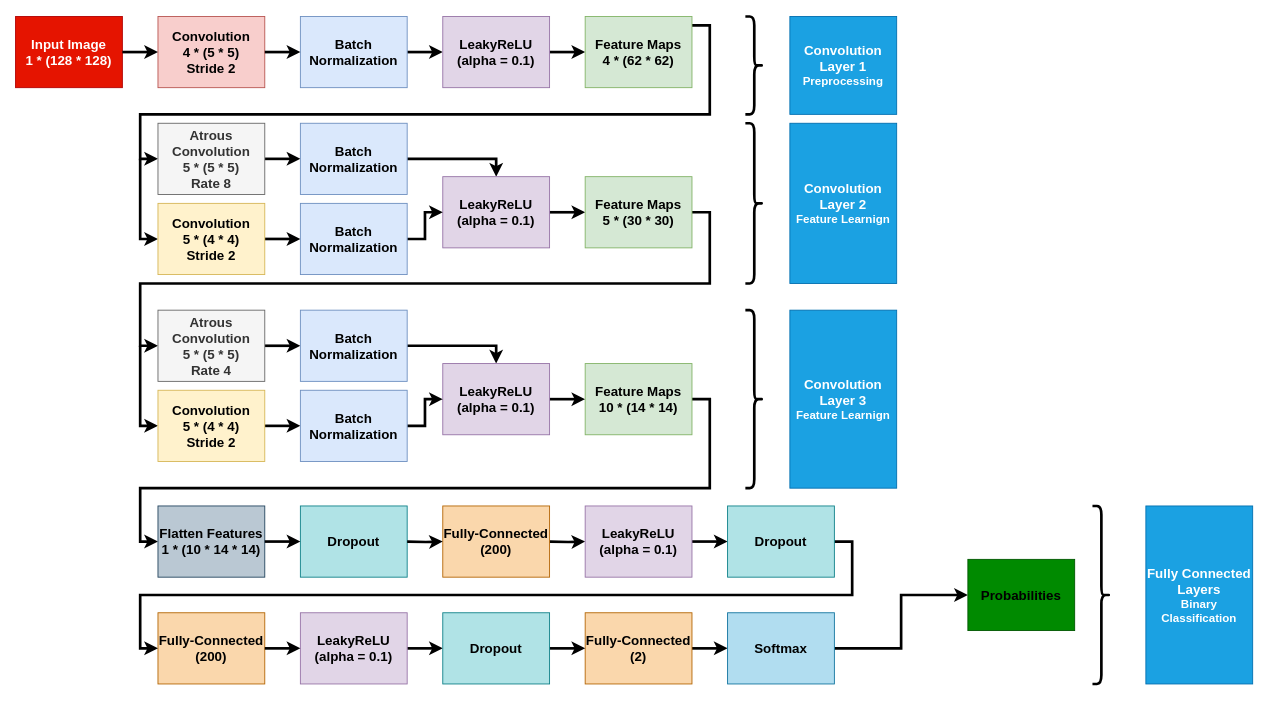
Before: page "V1.4.0" (5 of 5) of analysis/Catalyst Kernels/static/model.drawio in EmadHelmi/steganalysis, a draw.io diagram. Source tidied: cells renumbered, new cells numbered last; positions are measured from the earlier drawing's top-left corner, leaving out a move shared by most shapes. Both pictures are drawn from the tidied source at 89%, with x=0, y=0 at pixel (15, 16).
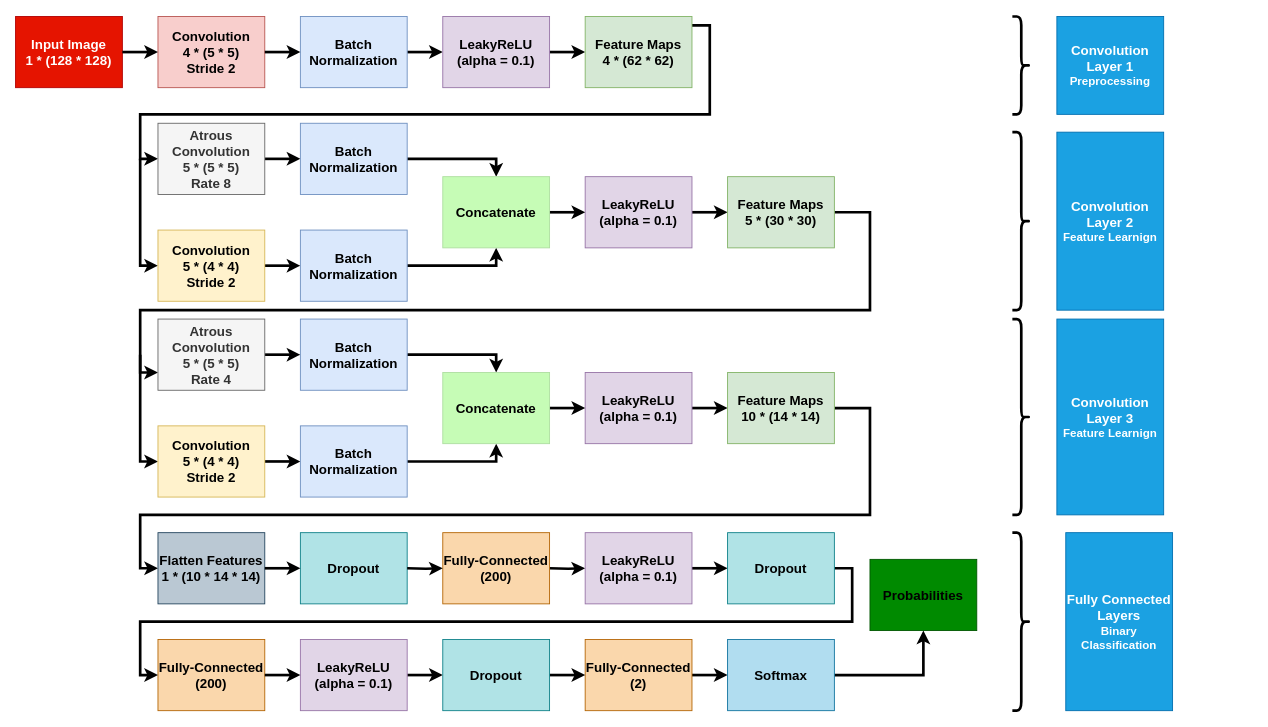
The same page after the edit.

Commit message (it also covers changes not shown here):
Add model 1.4.0, Change diagrams, Change Atrous to Conv2D

The change refers to these unchanged cells:
```xml
<mxCell id="13" value="&lt;b style=&quot;font-size: 15px&quot;&gt;Batch&lt;br&gt;Normalization&lt;/b&gt;" style="rounded=0;whiteSpace=wrap;html=1;fillColor=#dae8fc;strokeColor=#6c8ebf;" parent="1" vertex="1">
  <mxGeometry x="320" y="120" width="120" height="80" as="geometry" />
</mxCell>
```

The edit, as a diff of the source:
```diff
@@
-    <mxCell id="12" style="edgeStyle=orthogonalEdgeStyle;rounded=0;jettySize=auto;html=1;exitX=1;exitY=0.5;exitDx=0;exitDy=0;entryX=0.5;entryY=0;entryDx=0;entryDy=0;strokeWidth=3;" parent="1" edge="1" source="13" target="15">
+    <mxCell id="12" style="edgeStyle=orthogonalEdgeStyle;rounded=0;jettySize=auto;html=1;exitX=1;exitY=0.5;exitDx=0;exitDy=0;entryX=0.5;entryY=0;entryDx=0;entryDy=0;strokeWidth=3;" parent="1" edge="1" source="13" target="68">
       <mxGeometry relative="1" as="geometry" />
     </mxCell>
@@
     <mxCell id="15" value="&lt;b style=&quot;font-size: 15px&quot;&gt;LeakyReLU&lt;br&gt;(alpha = 0.1)&lt;/b&gt;" style="rounded=0;whiteSpace=wrap;html=1;fillColor=#e1d5e7;strokeColor=#9673a6;" parent="1" vertex="1">
-      <mxGeometry x="480" y="180" width="120" height="80" as="geometry" />
+      <mxGeometry x="640" y="180" width="120" height="80" as="geometry" />
     </mxCell>
-    <mxCell id="16" style="edgeStyle=orthogonalEdgeStyle;rounded=0;jettySize=auto;html=1;exitX=1;exitY=0.5;exitDx=0;exitDy=0;entryX=0;entryY=0.5;entryDx=0;entryDy=0;startArrow=none;startFill=0;endArrow=classic;endFill=1;strokeWidth=3;" parent="1" edge="1" source="17" target="19">
+    <mxCell id="16" style="edgeStyle=orthogonalEdgeStyle;rounded=0;jettySize=auto;html=1;exitX=1;exitY=0.5;exitDx=0;exitDy=0;entryX=0;entryY=0.5;entryDx=0;entryDy=0;startArrow=none;startFill=0;endArrow=classic;endFill=1;strokeWidth=3;" parent="1" edge="1" source="17">
       <mxGeometry relative="1" as="geometry">
+        <mxPoint x="160" y="400" as="targetPoint" />
         <Array as="points">
-          <mxPoint x="780" y="220" />
-          <mxPoint x="780" y="300" />
-          <mxPoint x="140" y="300" />
-          <mxPoint x="140" y="370" />
+          <mxPoint x="960" y="220" />
+          <mxPoint x="960" y="330" />
+          <mxPoint x="140" y="330" />
+          <mxPoint x="140" y="400" />
         </Array>
       </mxGeometry>
     </mxCell>
     <mxCell id="17" value="&lt;b style=&quot;font-size: 15px&quot;&gt;Feature Maps&lt;br&gt;5 * (30 * 30)&lt;/b&gt;" style="rounded=0;whiteSpace=wrap;html=1;fillColor=#d5e8d4;strokeColor=#82b366;" parent="1" vertex="1">
-      <mxGeometry x="640" y="180" width="120" height="80" as="geometry" />
+      <mxGeometry x="800" y="180" width="120" height="80" as="geometry" />
     </mxCell>
@@
     <mxCell id="19" value="&lt;b style=&quot;font-size: 15px&quot;&gt;Atrous&lt;br&gt;Convolution&lt;br&gt;5 * (5 * 5)&lt;br&gt;Rate 4&lt;/b&gt;" style="rounded=0;whiteSpace=wrap;html=1;fillColor=#f5f5f5;strokeColor=#666666;fontColor=#333333;" parent="1" vertex="1">
-      <mxGeometry x="160" y="330" width="120" height="80" as="geometry" />
+      <mxGeometry x="160" y="340" width="120" height="80" as="geometry" />
     </mxCell>
-    <mxCell id="20" style="edgeStyle=orthogonalEdgeStyle;rounded=0;jettySize=auto;html=1;exitX=1;exitY=0.5;exitDx=0;exitDy=0;entryX=0.5;entryY=0;entryDx=0;entryDy=0;startArrow=none;startFill=0;endArrow=classic;endFill=1;strokeWidth=3;" parent="1" edge="1" source="21" target="23">
+    <mxCell id="20" style="edgeStyle=orthogonalEdgeStyle;rounded=0;jettySize=auto;html=1;exitX=1;exitY=0.5;exitDx=0;exitDy=0;entryX=0.5;entryY=0;entryDx=0;entryDy=0;startArrow=none;startFill=0;endArrow=classic;endFill=1;strokeWidth=3;" parent="1" edge="1" source="21" target="70">
       <mxGeometry relative="1" as="geometry" />
     </mxCell>
     <mxCell id="21" value="&lt;b style=&quot;font-size: 15px&quot;&gt;Batch&lt;br&gt;Normalization&lt;/b&gt;" style="rounded=0;whiteSpace=wrap;html=1;fillColor=#dae8fc;strokeColor=#6c8ebf;" parent="1" vertex="1">
-      <mxGeometry x="320" y="330" width="120" height="80" as="geometry" />
+      <mxGeometry x="320" y="340" width="120" height="80" as="geometry" />
     </mxCell>
@@
     <mxCell id="23" value="&lt;b style=&quot;font-size: 15px&quot;&gt;LeakyReLU&lt;br&gt;(alpha = 0.1)&lt;/b&gt;" style="rounded=0;whiteSpace=wrap;html=1;fillColor=#e1d5e7;strokeColor=#9673a6;" parent="1" vertex="1">
-      <mxGeometry x="480" y="390" width="120" height="80" as="geometry" />
+      <mxGeometry x="640" y="400" width="120" height="80" as="geometry" />
     </mxCell>
     <mxCell id="24" style="edgeStyle=orthogonalEdgeStyle;rounded=0;jettySize=auto;html=1;exitX=1;exitY=0.5;exitDx=0;exitDy=0;entryX=0;entryY=0.5;entryDx=0;entryDy=0;strokeWidth=3;" parent="1" edge="1" source="25" target="26">
       <mxGeometry relative="1" as="geometry">
         <Array as="points">
-          <mxPoint x="780" y="430" />
-          <mxPoint x="780" y="530" />
-          <mxPoint x="140" y="530" />
-          <mxPoint x="140" y="590" />
+          <mxPoint x="960" y="440" />
+          <mxPoint x="960" y="560" />
+          <mxPoint x="140" y="560" />
+          <mxPoint x="140" y="620" />
         </Array>
       </mxGeometry>
     </mxCell>
     <mxCell id="25" value="&lt;b style=&quot;font-size: 15px&quot;&gt;Feature Maps&lt;br&gt;10 * (14 * 14)&lt;/b&gt;" style="rounded=0;whiteSpace=wrap;html=1;fillColor=#d5e8d4;strokeColor=#82b366;" parent="1" vertex="1">
-      <mxGeometry x="640" y="390" width="120" height="80" as="geometry" />
+      <mxGeometry x="800" y="400" width="120" height="80" as="geometry" />
     </mxCell>
     <mxCell id="26" value="&lt;b style=&quot;font-size: 15px&quot;&gt;Flatten Features&lt;br&gt;1 * (10 * 14 * 14)&lt;/b&gt;" style="rounded=0;whiteSpace=wrap;html=1;fillColor=#bac8d3;strokeColor=#23445d;" parent="1" vertex="1">
-      <mxGeometry x="160" y="550" width="120" height="80" as="geometry" />
+      <mxGeometry x="160" y="580" width="120" height="80" as="geometry" />
     </mxCell>
     <mxCell id="27" style="edgeStyle=orthogonalEdgeStyle;rounded=0;jettySize=auto;html=1;strokeWidth=3;" parent="1" edge="1" target="30">
       <mxGeometry relative="1" as="geometry">
-        <mxPoint x="600" y="590" as="sourcePoint" />
+        <mxPoint x="600" y="620" as="sourcePoint" />
       </mxGeometry>
     </mxCell>
     <mxCell id="28" value="&lt;b style=&quot;font-size: 15px&quot;&gt;Fully-Connected&lt;br&gt;(200)&lt;/b&gt;" style="rounded=0;whiteSpace=wrap;html=1;fillColor=#fad7ac;strokeColor=#b46504;" parent="1" vertex="1">
-      <mxGeometry x="480" y="550" width="120" height="80" as="geometry" />
+      <mxGeometry x="480" y="580" width="120" height="80" as="geometry" />
     </mxCell>
@@
     <mxCell id="30" value="&lt;b style=&quot;font-size: 15px&quot;&gt;LeakyReLU&lt;br&gt;(alpha = 0.1)&lt;/b&gt;" style="rounded=0;whiteSpace=wrap;html=1;fillColor=#e1d5e7;strokeColor=#9673a6;" parent="1" vertex="1">
-      <mxGeometry x="640" y="550" width="120" height="80" as="geometry" />
+      <mxGeometry x="640" y="580" width="120" height="80" as="geometry" />
     </mxCell>
     <mxCell id="31" value="&lt;b style=&quot;font-size: 15px&quot;&gt;Fully-Connected&lt;br&gt;(200)&lt;/b&gt;" style="rounded=0;whiteSpace=wrap;html=1;fillColor=#fad7ac;strokeColor=#b46504;" parent="1" vertex="1">
-      <mxGeometry x="160" y="670" width="120" height="80" as="geometry" />
+      <mxGeometry x="160" y="700" width="120" height="80" as="geometry" />
     </mxCell>
@@
     <mxCell id="33" value="&lt;b style=&quot;font-size: 15px&quot;&gt;LeakyReLU&lt;br&gt;(alpha = 0.1)&lt;/b&gt;" style="rounded=0;whiteSpace=wrap;html=1;fillColor=#e1d5e7;strokeColor=#9673a6;" parent="1" vertex="1">
-      <mxGeometry x="320" y="670" width="120" height="80" as="geometry" />
+      <mxGeometry x="320" y="700" width="120" height="80" as="geometry" />
     </mxCell>
@@
     <mxCell id="35" value="&lt;b style=&quot;font-size: 15px&quot;&gt;Fully-Connected&lt;br&gt;(2)&lt;/b&gt;" style="rounded=0;whiteSpace=wrap;html=1;fillColor=#fad7ac;strokeColor=#b46504;" parent="1" vertex="1">
-      <mxGeometry x="640" y="670" width="120" height="80" as="geometry" />
+      <mxGeometry x="640" y="700" width="120" height="80" as="geometry" />
     </mxCell>
@@
     <mxCell id="37" value="&lt;span style=&quot;font-size: 15px&quot;&gt;&lt;b&gt;Softmax&lt;/b&gt;&lt;/span&gt;" style="rounded=0;whiteSpace=wrap;html=1;fillColor=#b1ddf0;strokeColor=#10739e;" parent="1" vertex="1">
-      <mxGeometry x="800" y="670" width="120" height="80" as="geometry" />
+      <mxGeometry x="800" y="700" width="120" height="80" as="geometry" />
     </mxCell>
     <mxCell id="38" value="&lt;font color=&quot;#000000&quot;&gt;&lt;span style=&quot;font-size: 15px&quot;&gt;&lt;b&gt;Probabilities&lt;/b&gt;&lt;/span&gt;&lt;/font&gt;" style="rounded=0;whiteSpace=wrap;html=1;fillColor=#008a00;strokeColor=#005700;fontColor=#ffffff;" parent="1" vertex="1">
-      <mxGeometry x="1070" y="610" width="120" height="80" as="geometry" />
+      <mxGeometry x="960" y="610" width="120" height="80" as="geometry" />
     </mxCell>
@@
     <mxCell id="40" style="endArrow=classic;html=1;strokeWidth=3;entryX=0;entryY=0.5;entryDx=0;entryDy=0;" parent="1" edge="1">
       <mxGeometry relative="1" as="geometry">
-        <mxPoint x="280" y="710" as="sourcePoint" />
-        <mxPoint x="320" y="710" as="targetPoint" />
+        <mxPoint x="280" y="740" as="sourcePoint" />
+        <mxPoint x="320" y="740" as="targetPoint" />
       </mxGeometry>
     </mxCell>
@@
     <mxCell id="42" style="shape=curlyBracket;whiteSpace=wrap;html=1;rounded=1;strokeWidth=3;rotation=-180;" parent="1" vertex="1">
-      <mxGeometry x="820" width="20" height="110" as="geometry" />
+      <mxGeometry x="1120" width="20" height="110" as="geometry" />
     </mxCell>
     <mxCell id="43" style="shape=curlyBracket;whiteSpace=wrap;html=1;rounded=1;strokeWidth=3;rotation=-180;" parent="1" vertex="1">
-      <mxGeometry x="820" y="120" width="20" height="180" as="geometry" />
+      <mxGeometry x="1120" y="130" width="20" height="200" as="geometry" />
     </mxCell>
     <mxCell id="44" style="shape=curlyBracket;whiteSpace=wrap;html=1;rounded=1;strokeWidth=3;rotation=-180;" parent="1" vertex="1">
-      <mxGeometry x="820" y="330" width="20" height="200" as="geometry" />
+      <mxGeometry x="1120" y="340" width="20" height="220" as="geometry" />
     </mxCell>
     <mxCell id="45" style="shape=curlyBracket;whiteSpace=wrap;html=1;rounded=1;strokeWidth=3;rotation=-180;" parent="1" vertex="1">
-      <mxGeometry x="1210" y="550" width="20" height="200" as="geometry" />
+      <mxGeometry x="1120" y="580" width="20" height="200" as="geometry" />
     </mxCell>
     <mxCell id="46" value="&lt;font&gt;&lt;b&gt;&lt;span style=&quot;font-size: 15px&quot;&gt;Convolution Layer 1&lt;/span&gt;&lt;br&gt;&lt;font style=&quot;font-size: 13px&quot;&gt;Preprocessing&lt;/font&gt;&lt;/b&gt;&lt;/font&gt;" style="rounded=0;whiteSpace=wrap;html=1;fillColor=#1ba1e2;strokeColor=#006EAF;fontColor=#ffffff;" parent="1" vertex="1">
-      <mxGeometry x="870" width="120" height="110" as="geometry" />
+      <mxGeometry x="1170" width="120" height="110" as="geometry" />
     </mxCell>
     <mxCell id="47" value="&lt;b&gt;&lt;span style=&quot;font-size: 15px&quot;&gt;Convolution Layer 2&lt;/span&gt;&lt;br&gt;&lt;font style=&quot;font-size: 13px&quot;&gt;Feature Learnign&lt;/font&gt;&lt;/b&gt;" style="rounded=0;whiteSpace=wrap;html=1;fillColor=#1ba1e2;strokeColor=#006EAF;fontColor=#ffffff;" parent="1" vertex="1">
-      <mxGeometry x="870" y="120" width="120" height="180" as="geometry" />
+      <mxGeometry x="1170" y="130" width="120" height="200" as="geometry" />
     </mxCell>
     <mxCell id="48" value="&lt;b&gt;&lt;span style=&quot;font-size: 15px&quot;&gt;Convolution Layer 3&lt;/span&gt;&lt;br&gt;&lt;font style=&quot;font-size: 13px&quot;&gt;Feature Learnign&lt;/font&gt;&lt;/b&gt;" style="rounded=0;whiteSpace=wrap;html=1;fillColor=#1ba1e2;strokeColor=#006EAF;fontColor=#ffffff;" parent="1" vertex="1">
-      <mxGeometry x="870" y="330" width="120" height="200" as="geometry" />
+      <mxGeometry x="1170" y="340" width="120" height="220" as="geometry" />
     </mxCell>
     <mxCell id="49" value="&lt;b&gt;&lt;span style=&quot;font-size: 15px&quot;&gt;Fully Connected Layers&lt;br&gt;&lt;/span&gt;&lt;font style=&quot;font-size: 13px&quot;&gt;Binary Classification&lt;/font&gt;&lt;/b&gt;" style="rounded=0;whiteSpace=wrap;html=1;fillColor=#1ba1e2;strokeColor=#006EAF;fontColor=#ffffff;" parent="1" vertex="1">
-      <mxGeometry x="1270" y="550" width="120" height="200" as="geometry" />
+      <mxGeometry x="1180" y="580" width="120" height="200" as="geometry" />
     </mxCell>
@@
     <mxCell id="51" value="&lt;span style=&quot;font-size: 15px&quot;&gt;&lt;b&gt;Dropout&lt;/b&gt;&lt;/span&gt;" style="rounded=0;whiteSpace=wrap;html=1;fillColor=#b0e3e6;strokeColor=#0e8088;" parent="1" vertex="1">
-      <mxGeometry x="800" y="550" width="120" height="80" as="geometry" />
+      <mxGeometry x="800" y="580" width="120" height="80" as="geometry" />
     </mxCell>
@@
     <mxCell id="53" value="&lt;span style=&quot;font-size: 15px&quot;&gt;&lt;b&gt;Dropout&lt;/b&gt;&lt;/span&gt;" style="rounded=0;whiteSpace=wrap;html=1;fillColor=#b0e3e6;strokeColor=#0e8088;" parent="1" vertex="1">
-      <mxGeometry x="480" y="670" width="120" height="80" as="geometry" />
+      <mxGeometry x="480" y="700" width="120" height="80" as="geometry" />
     </mxCell>
     <mxCell id="54" value="&lt;span style=&quot;font-size: 15px&quot;&gt;&lt;b&gt;Dropout&lt;/b&gt;&lt;/span&gt;" style="rounded=0;whiteSpace=wrap;html=1;fillColor=#b0e3e6;strokeColor=#0e8088;" parent="1" vertex="1">
-      <mxGeometry x="320" y="550" width="120" height="80" as="geometry" />
+      <mxGeometry x="320" y="580" width="120" height="80" as="geometry" />
     </mxCell>
     <mxCell id="55" style="edgeStyle=orthogonalEdgeStyle;rounded=0;jettySize=auto;html=1;strokeWidth=3;entryX=0;entryY=0.5;entryDx=0;entryDy=0;" parent="1" edge="1" target="28">
       <mxGeometry relative="1" as="geometry">
-        <mxPoint x="440" y="590" as="sourcePoint" />
+        <mxPoint x="440" y="620" as="sourcePoint" />
       </mxGeometry>
     </mxCell>
@@
     <mxCell id="59" value="&lt;b style=&quot;font-size: 15px&quot;&gt;Convolution&lt;br&gt;5 * (4 * 4)&lt;br&gt;Stride 2&lt;/b&gt;" style="rounded=0;whiteSpace=wrap;html=1;fillColor=#fff2cc;strokeColor=#d6b656;" parent="1" vertex="1">
-      <mxGeometry x="160" y="210" width="120" height="80" as="geometry" />
+      <mxGeometry x="160" y="240" width="120" height="80" as="geometry" />
     </mxCell>
-    <mxCell id="60" style="edgeStyle=orthogonalEdgeStyle;rounded=0;jettySize=auto;html=1;exitX=1;exitY=0.5;exitDx=0;exitDy=0;strokeWidth=3;" parent="1" edge="1" source="61" target="15">
+    <mxCell id="60" style="edgeStyle=orthogonalEdgeStyle;rounded=0;jettySize=auto;html=1;exitX=1;exitY=0.5;exitDx=0;exitDy=0;strokeWidth=3;entryX=0.5;entryY=1;entryDx=0;entryDy=0;" parent="1" edge="1" source="61" target="68">
       <mxGeometry relative="1" as="geometry" />
     </mxCell>
     <mxCell id="61" value="&lt;b style=&quot;font-size: 15px&quot;&gt;Batch&lt;br&gt;Normalization&lt;/b&gt;" style="rounded=0;whiteSpace=wrap;html=1;fillColor=#dae8fc;strokeColor=#6c8ebf;" parent="1" vertex="1">
-      <mxGeometry x="320" y="210" width="120" height="80" as="geometry" />
+      <mxGeometry x="320" y="240" width="120" height="80" as="geometry" />
     </mxCell>
@@
     <mxCell id="63" style="edgeStyle=orthogonalEdgeStyle;rounded=0;jettySize=auto;html=1;exitX=0;exitY=0.5;exitDx=0;exitDy=0;startArrow=classic;startFill=1;endArrow=none;endFill=0;strokeWidth=3;" parent="1" edge="1" source="64">
       <mxGeometry relative="1" as="geometry">
-        <mxPoint x="140" y="370" as="targetPoint" />
+        <mxPoint x="140" y="380" as="targetPoint" />
       </mxGeometry>
     </mxCell>
     <mxCell id="64" value="&lt;b style=&quot;font-size: 15px&quot;&gt;Convolution&lt;br&gt;5 * (4 * 4)&lt;br&gt;Stride 2&lt;/b&gt;" style="rounded=0;whiteSpace=wrap;html=1;fillColor=#fff2cc;strokeColor=#d6b656;" parent="1" vertex="1">
-      <mxGeometry x="160" y="420" width="120" height="80" as="geometry" />
+      <mxGeometry x="160" y="460" width="120" height="80" as="geometry" />
     </mxCell>
-    <mxCell id="65" style="edgeStyle=orthogonalEdgeStyle;rounded=0;jettySize=auto;html=1;exitX=1;exitY=0.5;exitDx=0;exitDy=0;entryX=0;entryY=0.5;entryDx=0;entryDy=0;startArrow=none;startFill=0;endArrow=classic;endFill=1;strokeWidth=3;" parent="1" edge="1" source="66" target="23">
+    <mxCell id="65" style="edgeStyle=orthogonalEdgeStyle;rounded=0;jettySize=auto;html=1;exitX=1;exitY=0.5;exitDx=0;exitDy=0;entryX=0.5;entryY=1;entryDx=0;entryDy=0;startArrow=none;startFill=0;endArrow=classic;endFill=1;strokeWidth=3;" parent="1" edge="1" source="66" target="70">
       <mxGeometry relative="1" as="geometry" />
     </mxCell>
     <mxCell id="66" value="&lt;b style=&quot;font-size: 15px&quot;&gt;Batch&lt;br&gt;Normalization&lt;/b&gt;" style="rounded=0;whiteSpace=wrap;html=1;fillColor=#dae8fc;strokeColor=#6c8ebf;" parent="1" vertex="1">
-      <mxGeometry x="320" y="420" width="120" height="80" as="geometry" />
+      <mxGeometry x="320" y="460" width="120" height="80" as="geometry" />
     </mxCell>
+    <mxCell id="67" style="edgeStyle=orthogonalEdgeStyle;rounded=0;jettySize=auto;html=1;strokeWidth=3;" parent="1" edge="1" source="68" target="15">
+      <mxGeometry relative="1" as="geometry" />
+    </mxCell>
+    <mxCell id="68" value="&lt;span style=&quot;font-size: 15px&quot;&gt;&lt;b&gt;Concatenate&lt;/b&gt;&lt;/span&gt;" style="rounded=0;whiteSpace=wrap;html=1;fillColor=#C6FCB6;strokeColor=#AEDEA0;" parent="1" vertex="1">
+      <mxGeometry x="480" y="180" width="120" height="80" as="geometry" />
+    </mxCell>
+    <mxCell id="69" style="edgeStyle=orthogonalEdgeStyle;rounded=0;jettySize=auto;html=1;strokeWidth=3;" parent="1" edge="1" source="70" target="23">
+      <mxGeometry relative="1" as="geometry" />
+    </mxCell>
+    <mxCell id="70" value="&lt;b style=&quot;font-size: 15px&quot;&gt;Concatenate&lt;/b&gt;" style="rounded=0;whiteSpace=wrap;html=1;fillColor=#C6FCB6;strokeColor=#AEDEA0;" parent="1" vertex="1">
+      <mxGeometry x="480" y="400" width="120" height="80" as="geometry" />
+    </mxCell>
```
